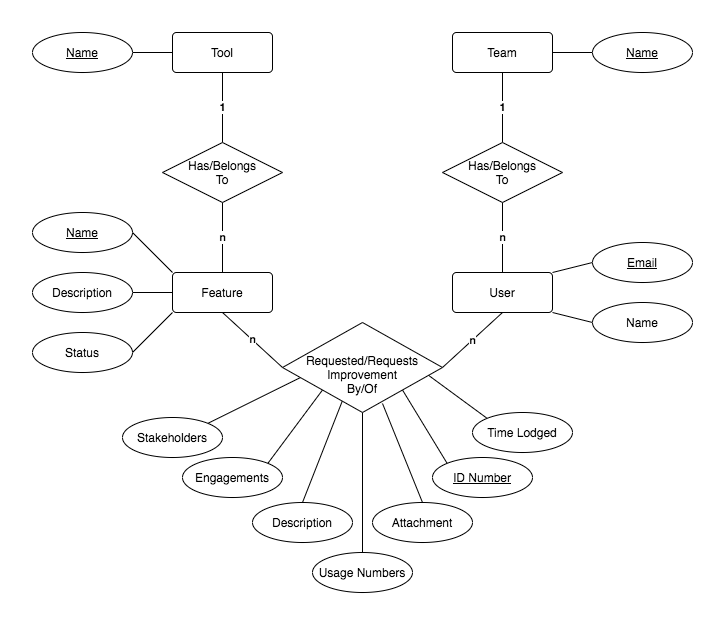
Above: docs/DB Entity Rel Model.png in cpanzenbock/Fraudtech-Web-Activity (draw.io), before the change. Source tidied: cells renumbered, new cells last; positions are measured from the earlier drawing's top-left corner, leaving out a move shared by most shapes.
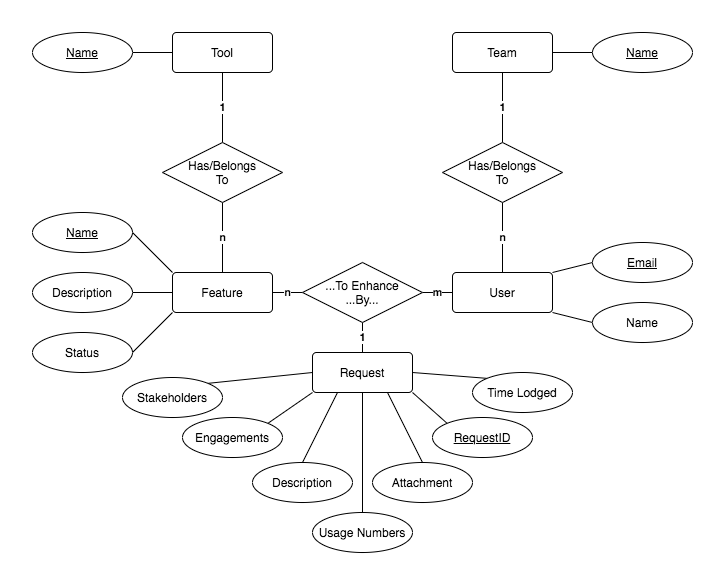
The same file after the commit.

Diff of the diagram source:
```diff
@@ -17,19 +17,19 @@
     <mxCell id="6" style="edgeStyle=none;rounded=0;jettySize=auto;html=1;exitX=1;exitY=1;exitDx=0;exitDy=0;entryX=0;entryY=0.5;entryDx=0;entryDy=0;endArrow=none;endFill=0;" parent="1" edge="1" source="8" target="15">
       <mxGeometry relative="1" as="geometry" />
     </mxCell>
-    <mxCell id="7" value="&lt;b&gt;n&lt;/b&gt;" style="edgeStyle=none;rounded=0;jettySize=auto;html=1;exitX=0.5;exitY=1;exitDx=0;exitDy=0;entryX=1;entryY=0.5;entryDx=0;entryDy=0;endArrow=none;endFill=0;" parent="1" edge="1" source="8" target="41">
+    <mxCell id="7" value="&lt;b&gt;m&lt;/b&gt;" style="edgeStyle=none;rounded=0;jettySize=auto;html=1;exitX=0;exitY=0.5;exitDx=0;exitDy=0;entryX=1;entryY=0.5;entryDx=0;entryDy=0;endArrow=none;endFill=0;" parent="1" edge="1" source="8" target="45">
       <mxGeometry relative="1" as="geometry" />
     </mxCell>
     <mxCell id="8" value="User" style="rounded=1;arcSize=10;whiteSpace=wrap;html=1;align=center;" parent="1" vertex="1">
       <mxGeometry x="420" y="240" width="100" height="40" as="geometry" />
     </mxCell>
-    <mxCell id="9" style="edgeStyle=none;rounded=0;jettySize=auto;html=1;exitX=0.906;exitY=0.578;exitDx=0;exitDy=0;entryX=0;entryY=0;entryDx=0;entryDy=0;endArrow=none;endFill=0;exitPerimeter=0;" parent="1" edge="1" source="41" target="21">
+    <mxCell id="9" style="edgeStyle=none;rounded=0;jettySize=auto;html=1;exitX=1;exitY=0.5;exitDx=0;exitDy=0;entryX=0;entryY=0;entryDx=0;entryDy=0;endArrow=none;endFill=0;" parent="1" edge="1" source="43" target="21">
       <mxGeometry relative="1" as="geometry" />
     </mxCell>
-    <mxCell id="10" style="edgeStyle=none;rounded=0;jettySize=auto;html=1;exitX=1;exitY=1;exitDx=0;exitDy=0;entryX=0;entryY=0;entryDx=0;entryDy=0;endArrow=none;endFill=0;" parent="1" edge="1" source="41" target="20">
+    <mxCell id="10" style="edgeStyle=none;rounded=0;jettySize=auto;html=1;exitX=1;exitY=1;exitDx=0;exitDy=0;entryX=0;entryY=0;entryDx=0;entryDy=0;endArrow=none;endFill=0;" parent="1" edge="1" source="43" target="20">
       <mxGeometry relative="1" as="geometry" />
     </mxCell>
-    <mxCell id="11" style="edgeStyle=none;rounded=0;jettySize=auto;html=1;exitX=0.625;exitY=0.9;exitDx=0;exitDy=0;entryX=0.5;entryY=0;entryDx=0;entryDy=0;endArrow=none;endFill=0;exitPerimeter=0;" parent="1" edge="1" source="41" target="39">
+    <mxCell id="11" style="edgeStyle=none;rounded=0;jettySize=auto;html=1;exitX=0.75;exitY=1;exitDx=0;exitDy=0;entryX=0.5;entryY=0;entryDx=0;entryDy=0;endArrow=none;endFill=0;" parent="1" edge="1" source="43" target="39">
       <mxGeometry relative="1" as="geometry" />
     </mxCell>
     <mxCell id="12" style="edgeStyle=none;rounded=0;jettySize=auto;html=1;exitX=1;exitY=0.5;exitDx=0;exitDy=0;entryX=0;entryY=0.5;entryDx=0;entryDy=0;endArrow=none;endFill=0;" parent="1" edge="1" source="13" target="19">
@@ -56,13 +56,13 @@
     <mxCell id="19" value="Name" style="ellipse;whiteSpace=wrap;html=1;align=center;fontStyle=4;" parent="1" vertex="1">
       <mxGeometry x="560" width="100" height="40" as="geometry" />
     </mxCell>
-    <mxCell id="20" value="ID Number" style="ellipse;whiteSpace=wrap;html=1;align=center;fontStyle=4;" parent="1" vertex="1">
-      <mxGeometry x="400" y="425" width="100" height="40" as="geometry" />
+    <mxCell id="20" value="RequestID" style="ellipse;whiteSpace=wrap;html=1;align=center;fontStyle=4;" parent="1" vertex="1">
+      <mxGeometry x="400" y="385" width="100" height="40" as="geometry" />
     </mxCell>
     <mxCell id="21" value="Time Lodged" style="ellipse;whiteSpace=wrap;html=1;align=center;" parent="1" vertex="1">
-      <mxGeometry x="440" y="380" width="100" height="40" as="geometry" />
+      <mxGeometry x="440" y="340" width="100" height="40" as="geometry" />
     </mxCell>
-    <mxCell id="22" value="&lt;span&gt;n&lt;/span&gt;" style="edgeStyle=none;rounded=0;jettySize=auto;html=1;exitX=0;exitY=0.5;exitDx=0;exitDy=0;entryX=0.5;entryY=1;entryDx=0;entryDy=0;endArrow=none;endFill=0;fontStyle=1;" parent="1" edge="1" source="41" target="4">
+    <mxCell id="22" value="&lt;span&gt;n&lt;/span&gt;" style="edgeStyle=none;rounded=0;jettySize=auto;html=1;exitX=0;exitY=0.5;exitDx=0;exitDy=0;entryX=1;entryY=0.5;entryDx=0;entryDy=0;endArrow=none;endFill=0;fontStyle=1;" parent="1" edge="1" source="45" target="4">
       <mxGeometry relative="1" as="geometry" />
     </mxCell>
     <mxCell id="23" value="&lt;b&gt;n&lt;/b&gt;" style="edgeStyle=none;rounded=0;jettySize=auto;html=1;exitX=0.5;exitY=1;exitDx=0;exitDy=0;entryX=0.5;entryY=0;entryDx=0;entryDy=0;endArrow=none;endFill=0;" parent="1" edge="1" source="24" target="4">
@@ -95,35 +95,41 @@
     <mxCell id="32" value="Status" style="ellipse;whiteSpace=wrap;html=1;align=center;" parent="1" vertex="1">
       <mxGeometry y="300" width="100" height="40" as="geometry" />
     </mxCell>
-    <mxCell id="33" style="edgeStyle=none;rounded=0;jettySize=auto;html=1;exitX=1;exitY=0;exitDx=0;exitDy=0;entryX=0.113;entryY=0.611;entryDx=0;entryDy=0;endArrow=none;endFill=0;entryPerimeter=0;" parent="1" edge="1" source="34" target="41">
+    <mxCell id="33" style="edgeStyle=none;rounded=0;jettySize=auto;html=1;exitX=1;exitY=0;exitDx=0;exitDy=0;entryX=0;entryY=0.5;entryDx=0;entryDy=0;endArrow=none;endFill=0;" parent="1" edge="1" source="34" target="43">
       <mxGeometry relative="1" as="geometry" />
     </mxCell>
     <mxCell id="34" value="Stakeholders" style="ellipse;whiteSpace=wrap;html=1;align=center;" parent="1" vertex="1">
-      <mxGeometry x="90" y="385" width="100" height="40" as="geometry" />
+      <mxGeometry x="90" y="345" width="100" height="40" as="geometry" />
     </mxCell>
-    <mxCell id="35" style="edgeStyle=none;rounded=0;jettySize=auto;html=1;exitX=1;exitY=0;exitDx=0;exitDy=0;endArrow=none;endFill=0;entryX=0;entryY=1;entryDx=0;entryDy=0;" parent="1" edge="1" source="36" target="41">
+    <mxCell id="35" style="edgeStyle=none;rounded=0;jettySize=auto;html=1;exitX=1;exitY=0;exitDx=0;exitDy=0;endArrow=none;endFill=0;entryX=0;entryY=1;entryDx=0;entryDy=0;" parent="1" edge="1" source="36" target="43">
       <mxGeometry relative="1" as="geometry" />
     </mxCell>
     <mxCell id="36" value="Engagements" style="ellipse;whiteSpace=wrap;html=1;align=center;" parent="1" vertex="1">
-      <mxGeometry x="150" y="425" width="100" height="40" as="geometry" />
+      <mxGeometry x="150" y="385" width="100" height="40" as="geometry" />
     </mxCell>
-    <mxCell id="37" style="edgeStyle=none;rounded=0;jettySize=auto;html=1;exitX=0.5;exitY=0;exitDx=0;exitDy=0;entryX=0.375;entryY=0.867;entryDx=0;entryDy=0;endArrow=none;endFill=0;entryPerimeter=0;" parent="1" edge="1" source="38" target="41">
+    <mxCell id="37" style="edgeStyle=none;rounded=0;jettySize=auto;html=1;exitX=0.5;exitY=0;exitDx=0;exitDy=0;entryX=0.25;entryY=1;entryDx=0;entryDy=0;endArrow=none;endFill=0;" parent="1" edge="1" source="38" target="43">
       <mxGeometry relative="1" as="geometry" />
     </mxCell>
     <mxCell id="38" value="Description" style="ellipse;whiteSpace=wrap;html=1;align=center;" parent="1" vertex="1">
-      <mxGeometry x="220" y="470" width="100" height="40" as="geometry" />
+      <mxGeometry x="220" y="430" width="100" height="40" as="geometry" />
     </mxCell>
     <mxCell id="39" value="Attachment" style="ellipse;whiteSpace=wrap;html=1;align=center;" parent="1" vertex="1">
-      <mxGeometry x="340" y="470" width="100" height="40" as="geometry" />
+      <mxGeometry x="340" y="430" width="100" height="40" as="geometry" />
     </mxCell>
-    <mxCell id="40" style="edgeStyle=orthogonalEdgeStyle;rounded=0;jettySize=auto;html=1;exitX=0.5;exitY=1;exitDx=0;exitDy=0;entryX=0.5;entryY=0;entryDx=0;entryDy=0;endArrow=none;endFill=0;" parent="1" edge="1" source="41" target="42">
+    <mxCell id="40" style="edgeStyle=orthogonalEdgeStyle;rounded=0;jettySize=auto;html=1;exitX=0.5;exitY=1;exitDx=0;exitDy=0;entryX=0.5;entryY=0;entryDx=0;entryDy=0;endArrow=none;endFill=0;" parent="1" edge="1" source="43" target="42">
       <mxGeometry relative="1" as="geometry" />
     </mxCell>
-    <mxCell id="41" value="Requested/Requests&lt;br&gt;Improvement&lt;br&gt;By/Of&lt;br&gt;&lt;font color=&quot;#ffffff&quot;&gt;_&lt;/font&gt;" style="shape=rhombus;perimeter=rhombusPerimeter;whiteSpace=wrap;html=1;align=center;verticalAlign=bottom;" parent="1" vertex="1">
-      <mxGeometry x="250" y="290" width="160" height="90" as="geometry" />
-    </mxCell>
     <mxCell id="42" value="Usage Numbers" style="ellipse;whiteSpace=wrap;html=1;align=center;" parent="1" vertex="1">
-      <mxGeometry x="280" y="520" width="100" height="40" as="geometry" />
+      <mxGeometry x="280" y="480" width="100" height="40" as="geometry" />
     </mxCell>
+    <mxCell id="43" value="Request" style="rounded=1;arcSize=10;whiteSpace=wrap;html=1;align=center;" parent="1" vertex="1">
+      <mxGeometry x="280" y="320" width="100" height="40" as="geometry" />
+    </mxCell>
+    <mxCell id="44" value="&lt;b&gt;1&lt;/b&gt;" style="edgeStyle=orthogonalEdgeStyle;rounded=0;jettySize=auto;html=1;exitX=0.5;exitY=1;exitDx=0;exitDy=0;entryX=0.5;entryY=0;entryDx=0;entryDy=0;endArrow=none;endFill=0;" parent="1" edge="1" source="45" target="43">
+      <mxGeometry relative="1" as="geometry" />
+    </mxCell>
+    <mxCell id="45" value="...To Enhance&lt;br&gt;...By..." style="shape=rhombus;perimeter=rhombusPerimeter;whiteSpace=wrap;html=1;align=center;" parent="1" vertex="1">
+      <mxGeometry x="270" y="230" width="120" height="60" as="geometry" />
+    </mxCell>
   </root>
 </mxGraphModel>
```
